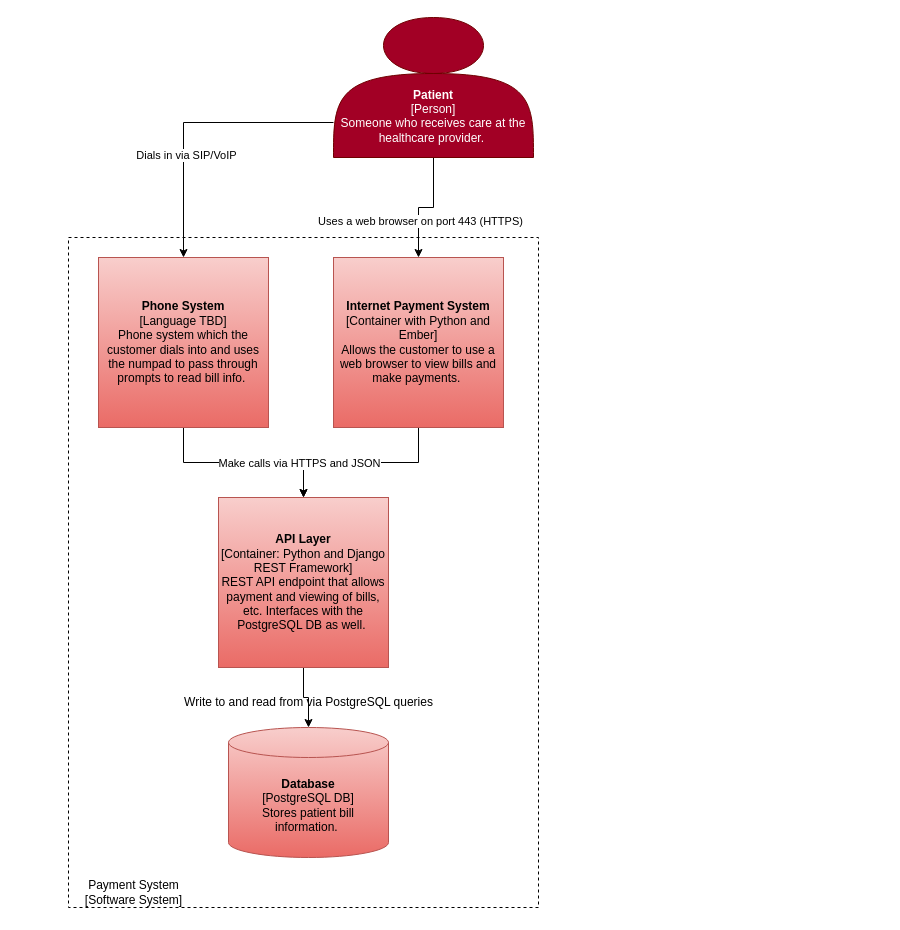
Earlier version of the draw.io diagram page "Container-Diagram-PaymentSystem" (2 of 2) of 8470-EHR-Lab.drawio (mestabrookuno/8470-assignments). Source tidied: cells renumbered, new cells numbered last; positions are measured from the earlier drawing's top-left corner, leaving out a move shared by most shapes. Both pictures are drawn from the tidied source at 100%, with x=0, y=0 at pixel (68, 17).
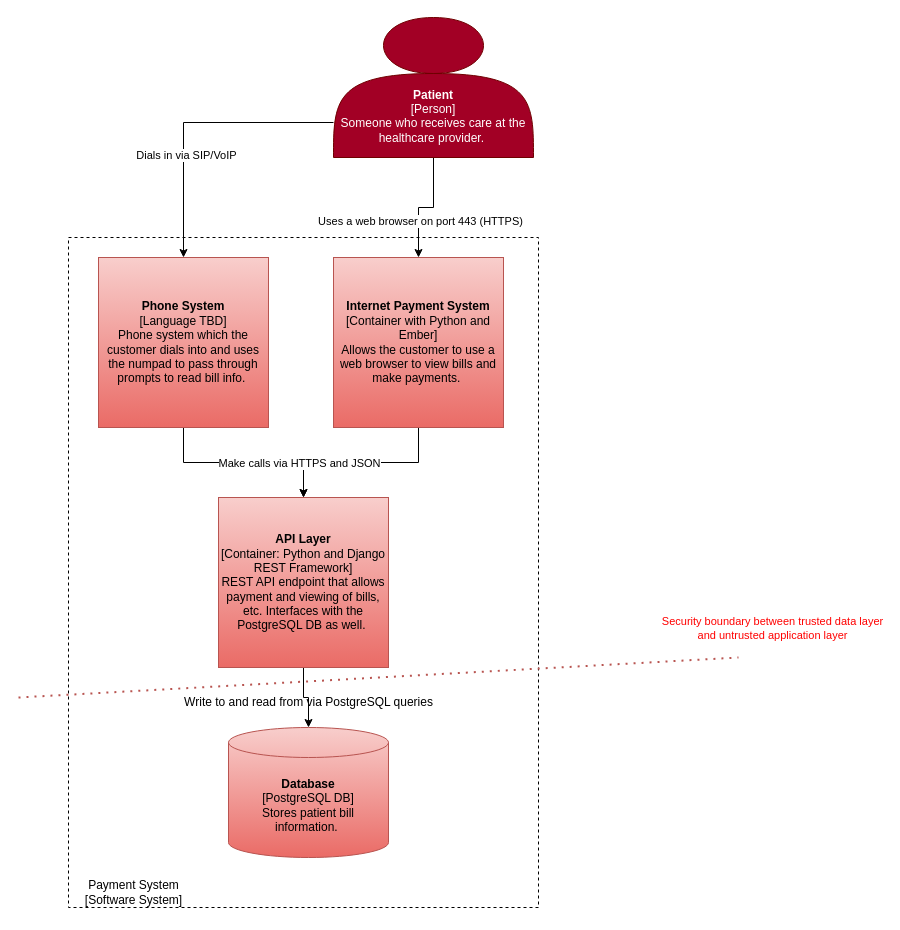
Above is the later version.

Commit message:
Updated container diagram for payment portal with security boundaries.

The edit, as a diff of the source:
```diff
@@
+    <mxCell id="18" style="endArrow=none;dashed=1;html=1;dashPattern=1 3;strokeWidth=2;rounded=0;fontColor=#000000;fillColor=#f8cecc;gradientColor=#ea6b66;strokeColor=#b85450;" parent="1" edge="1">
+      <mxGeometry relative="1" as="geometry">
+        <mxPoint x="-50" y="680" as="sourcePoint" />
+        <mxPoint x="670" y="640" as="targetPoint" />
+      </mxGeometry>
+    </mxCell>
+    <mxCell id="19" value="Security boundary between trusted data layer &lt;br&gt;and untrusted application layer" style="edgeLabel;html=1;align=center;verticalAlign=middle;fontColor=#FF0000;" parent="18" vertex="1">
+      <mxGeometry x="0.82" y="1" relative="1" as="geometry">
+        <mxPoint x="99" y="-32" as="offset" />
+      </mxGeometry>
+    </mxCell>
```
